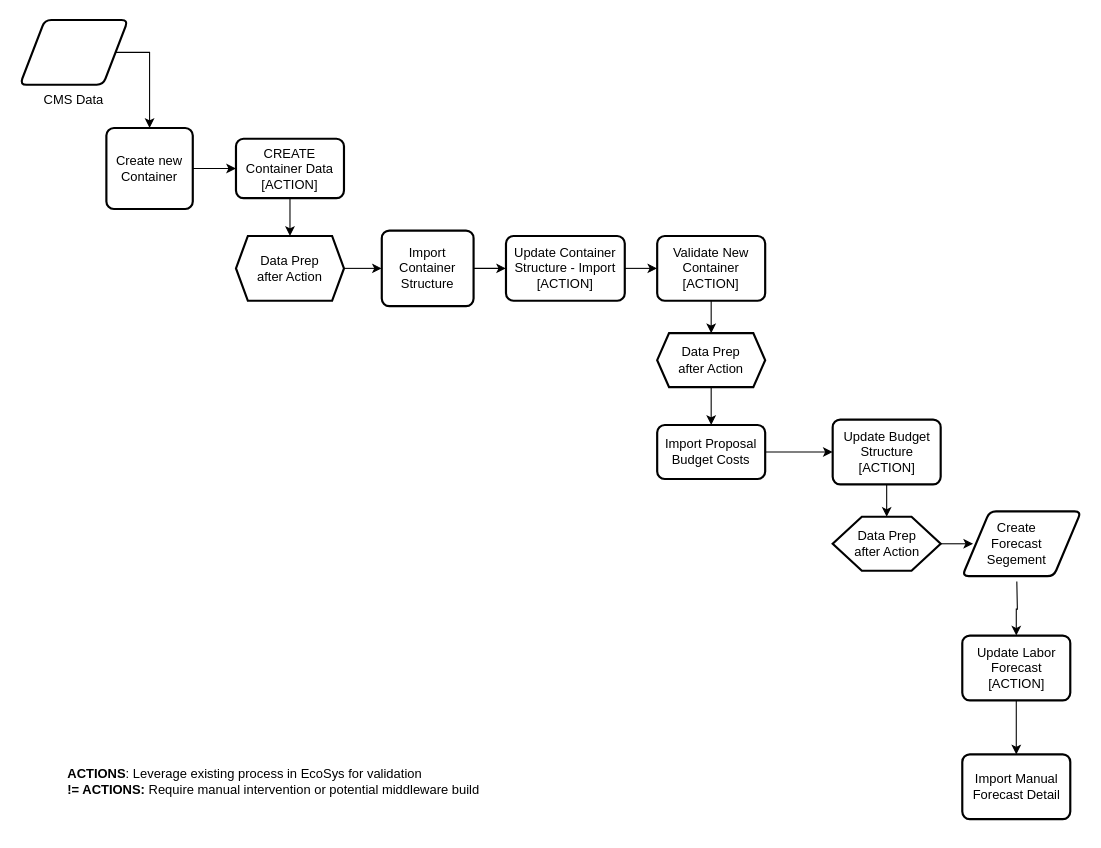
Before: Untitled Diagram.drawio in JenMotush/Deskercise, a draw.io diagram. Source tidied: cells renumbered, new cells numbered last; positions are measured from the earlier drawing's top-left corner, leaving out a move shared by most shapes. Both pictures are drawn from the tidied source at 108%, with x=0, y=0 at pixel (19, 19).
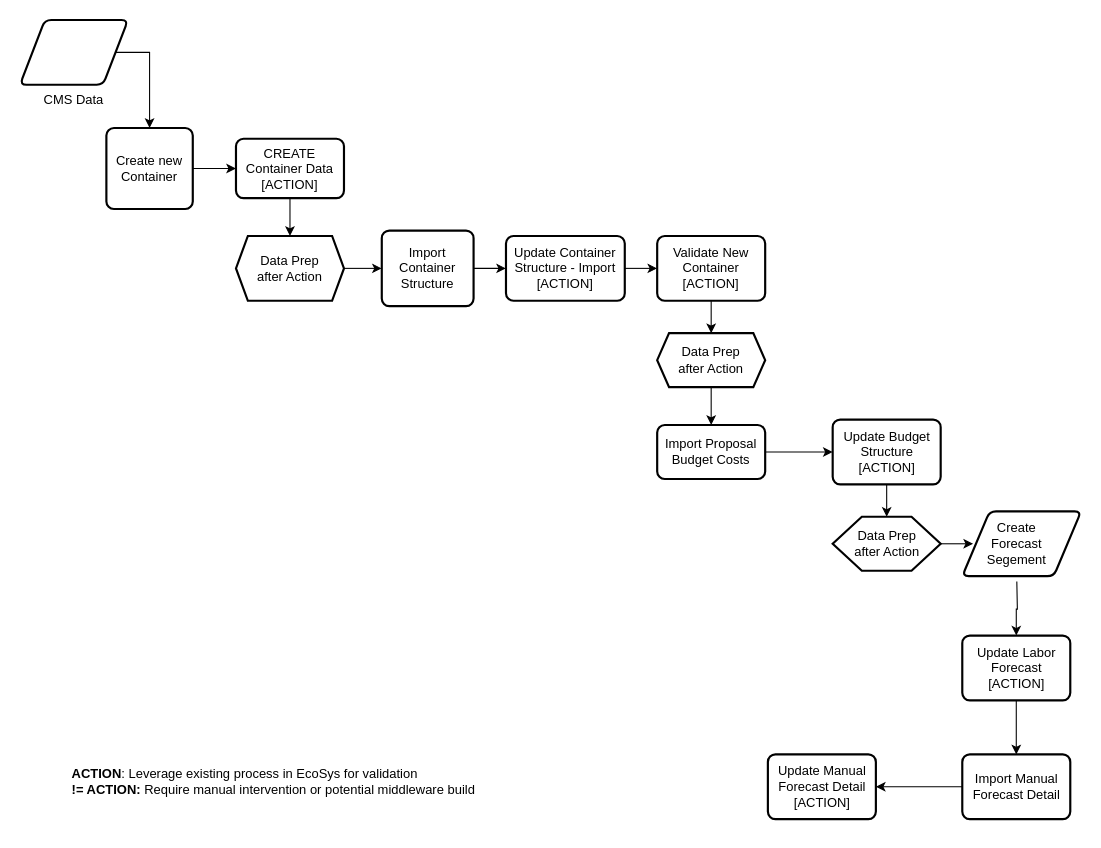
After the change.

Unchanged cells that the change refers to:
```xml
<mxCell id="29" value="Import Manual Forecast Detail&lt;br&gt;" style="rounded=1;whiteSpace=wrap;html=1;absoluteArcSize=1;arcSize=14;strokeWidth=2;" parent="1" vertex="1">
  <mxGeometry x="872.5" y="680" width="100" height="60" as="geometry" />
</mxCell>
```

The edit, as a diff of the source:
```diff
@@
+    <mxCell id="34" style="edgeStyle=orthogonalEdgeStyle;rounded=0;jettySize=auto;html=1;" parent="1" edge="1" source="29" target="35">
+      <mxGeometry relative="1" as="geometry" />
+    </mxCell>
@@
+    <mxCell id="35" value="Update Manual Forecast Detail&lt;br&gt;[ACTION]&lt;br&gt;" style="rounded=1;whiteSpace=wrap;html=1;absoluteArcSize=1;arcSize=14;strokeWidth=2;" parent="1" vertex="1">
+      <mxGeometry x="692.5" y="680" width="100" height="60" as="geometry" />
+    </mxCell>
-    <mxCell id="30" value="&lt;div style=&quot;text-align: left&quot;&gt;&lt;span&gt;&lt;b&gt;ACTIONS&lt;/b&gt;: Leverage existing process in EcoSys for validation&lt;/span&gt;&lt;/div&gt;&lt;div style=&quot;text-align: left&quot;&gt;&lt;b&gt;!= ACTIONS:&lt;/b&gt; Require manual intervention or potential middleware build&lt;/div&gt;" style="text;html=1;strokeColor=none;fillColor=none;align=center;verticalAlign=middle;whiteSpace=wrap;rounded=0;" parent="1" vertex="1">
+    <mxCell id="30" value="&lt;div style=&quot;text-align: left&quot;&gt;&lt;span&gt;&lt;b&gt;ACTION&lt;/b&gt;: Leverage existing process in EcoSys for validation&lt;/span&gt;&lt;/div&gt;&lt;div style=&quot;text-align: left&quot;&gt;&lt;b&gt;!= ACTION:&lt;/b&gt; Require manual intervention or potential middleware build&lt;/div&gt;" style="text;html=1;strokeColor=none;fillColor=none;align=center;verticalAlign=middle;whiteSpace=wrap;rounded=0;" parent="1" vertex="1">
       <mxGeometry x="20" y="660" width="430" height="90" as="geometry" />
     </mxCell>
```
